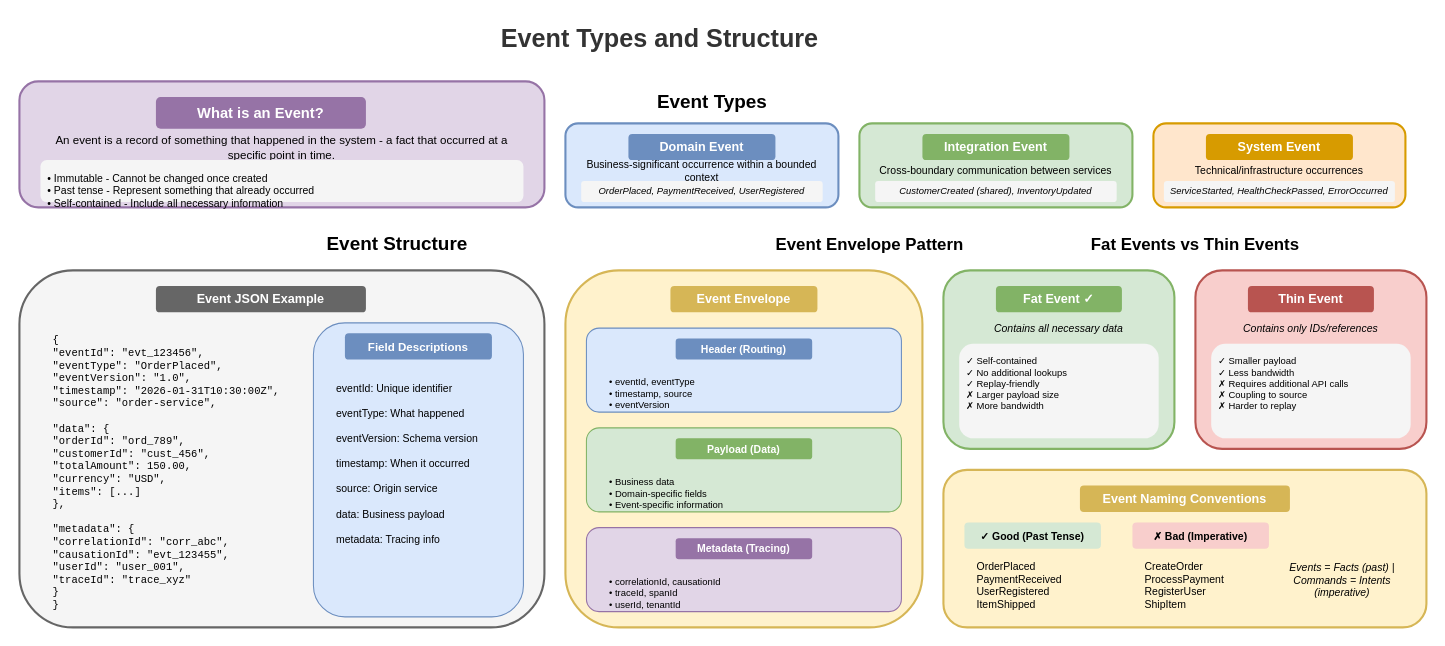
Earlier version of the draw.io diagram lesson-02-event-driven-architecture/diagrams/1.2-event-types-structure.drawio (MrParkerZ7/document-lesson-software-architect-x-claude). Source tidied: cells renumbered, new cells numbered last; positions are measured from the earlier drawing's top-left corner, leaving out a move shared by most shapes. Both pictures are drawn from the tidied source at 105%, with x=0, y=0 at pixel (19, 18).
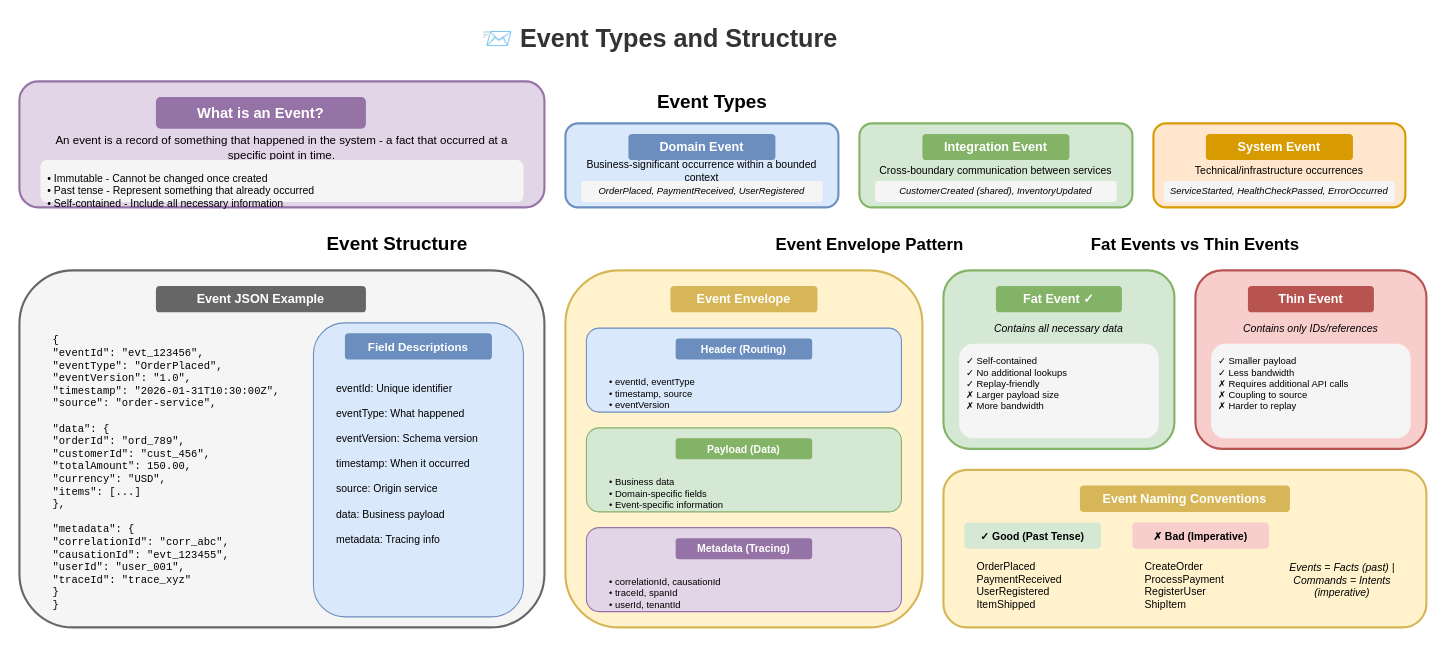
Above is the later version.

Diff of the diagram source:
```diff
@@
-    <mxCell id="2" value="Event Types and Structure" style="text;html=1;strokeColor=none;fillColor=none;align=center;verticalAlign=middle;whiteSpace=wrap;rounded=0;fontSize=24;fontStyle=1;fontColor=#333333;" parent="1" vertex="1">
+    <mxCell id="2" value="📨 Event Types and Structure" style="text;html=1;strokeColor=none;fillColor=none;align=center;verticalAlign=middle;whiteSpace=wrap;rounded=0;fontSize=24;fontStyle=1;fontColor=#333333;" parent="1" vertex="1">
       <mxGeometry x="410" width="400" height="40" as="geometry" />
     </mxCell>
```
